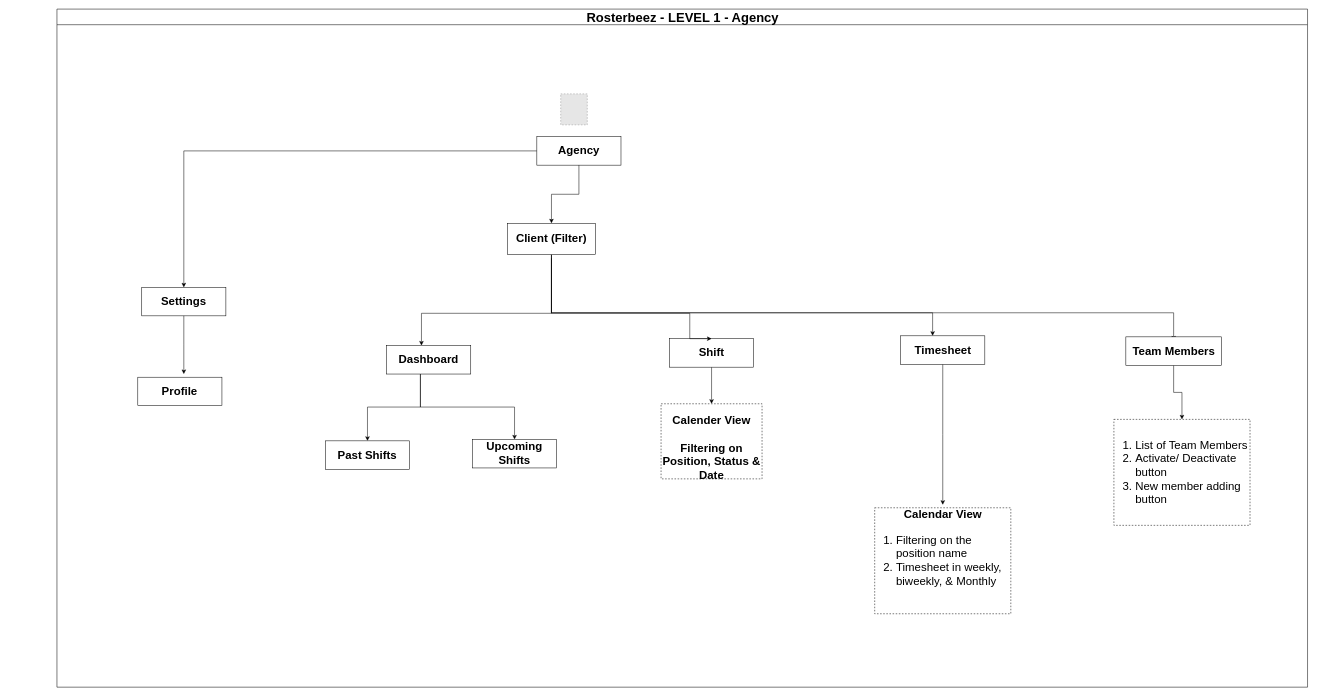
Earlier version of the draw.io diagram page "Agency" (3 of 3) of Rosterbeez.drawio (sachinjoseph26/diagrams). Source tidied: cells renumbered, new cells numbered last; positions are measured from the earlier drawing's top-left corner, leaving out a move shared by most shapes. Both pictures are drawn from the tidied source at 52%, with x=0, y=0 at pixel (9, 9). Pictures stored in the file or linked from it are replaced by grey dashed boxes.
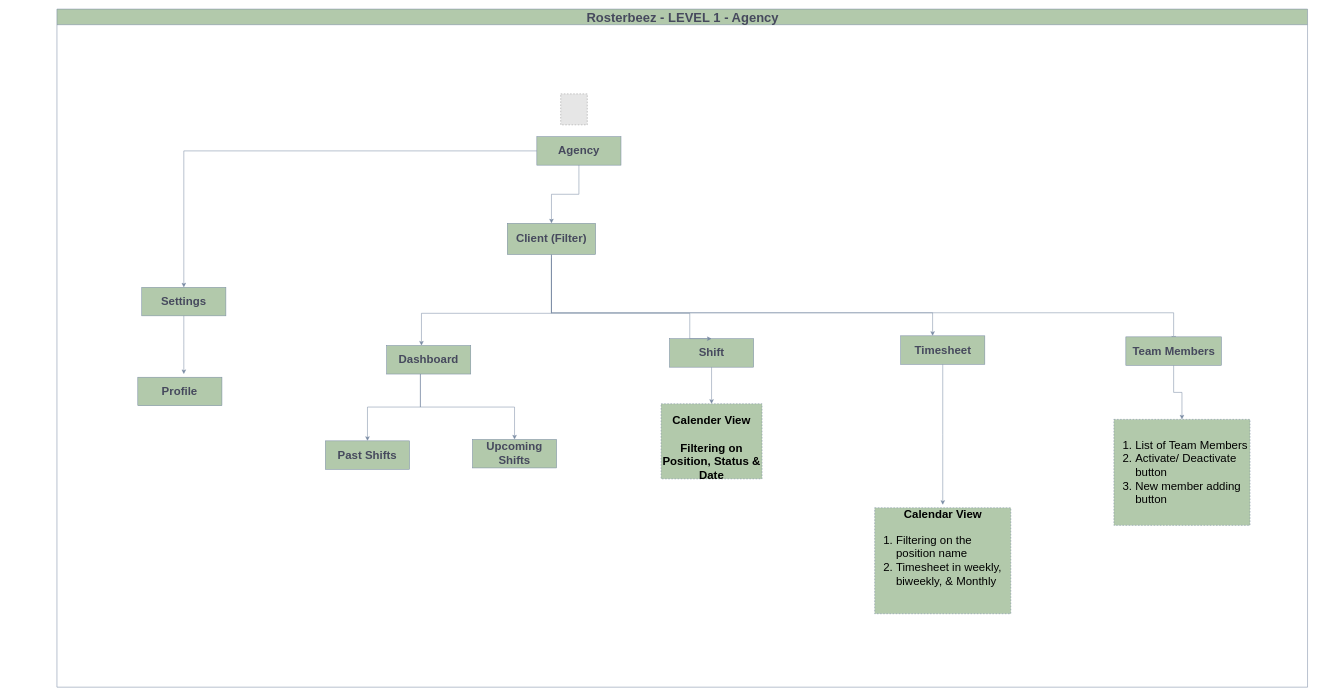
The same diagram, later.

Diff of the diagram source:
```diff
@@
-    <mxCell id="2" value="&lt;font style=&quot;font-size: 25px;&quot;&gt;Rosterbeez - LEVEL 1 - Agency&lt;/font&gt;" style="swimlane;html=1;startSize=30;horizontal=1;containerType=tree;glass=0;labelBackgroundColor=none;" parent="1" vertex="1">
+    <mxCell id="2" value="&lt;font style=&quot;font-size: 25px;&quot;&gt;Rosterbeez - LEVEL 1 - Agency&lt;/font&gt;" style="swimlane;html=1;startSize=30;horizontal=1;containerType=tree;glass=0;labelBackgroundColor=none;fillColor=#B2C9AB;strokeColor=#788AA3;fontColor=#46495D;rounded=0;" parent="1" vertex="1">
       <mxGeometry x="92" width="2405" height="1304" as="geometry" />
     </mxCell>
-    <mxCell id="3" style="group;" parent="2" vertex="1">
+    <mxCell id="3" style="group;labelBackgroundColor=none;fontColor=#46495D;rounded=0;" parent="2" vertex="1">
       <mxGeometry x="-92" y="163" width="2064" height="1117" as="geometry" />
     </mxCell>
-    <mxCell id="4" style="fillColor=#E6E6E6;strokeColor=#999999;dashed=1;verticalLabelPosition=bottom;labelBackgroundColor=none;verticalAlign=top;fontStyle=1;" parent="3" vertex="1">
+    <mxCell id="4" style="fillColor=#E6E6E6;strokeColor=#999999;dashed=1;verticalLabelPosition=bottom;labelBackgroundColor=none;verticalAlign=top;fontStyle=1;fontColor=#46495D;" parent="3" vertex="1">
       <mxGeometry x="1060.8" width="51.1" height="59.6" as="geometry" />
     </mxCell>
-    <mxCell id="5" style="group;" parent="3" vertex="1">
+    <mxCell id="5" style="group;labelBackgroundColor=none;fontColor=#46495D;rounded=0;" parent="3" vertex="1">
       <mxGeometry y="82.3" width="2064" height="1034.7" as="geometry" />
     </mxCell>
-    <mxCell id="6" style="edgeStyle=orthogonalEdgeStyle;rounded=0;jettySize=auto;html=1;entryX=0.5;entryY=0;entryDx=0;entryDy=0;" parent="5" edge="1" source="7" target="10">
+    <mxCell id="6" style="edgeStyle=orthogonalEdgeStyle;rounded=0;jettySize=auto;html=1;entryX=0.5;entryY=0;entryDx=0;entryDy=0;labelBackgroundColor=none;strokeColor=#788AA3;fontColor=default;" parent="5" edge="1" source="7" target="10">
       <mxGeometry relative="1" as="geometry" />
     </mxCell>
-    <mxCell id="7" value="&lt;span style=&quot;font-size: 22px;&quot;&gt;&lt;b&gt;Agency&lt;/b&gt;&lt;/span&gt;" style="rounded=0;whiteSpace=wrap;html=1;labelBackgroundColor=none;" parent="5" vertex="1">
+    <mxCell id="7" value="&lt;span style=&quot;font-size: 22px;&quot;&gt;&lt;b&gt;Agency&lt;/b&gt;&lt;/span&gt;" style="rounded=0;whiteSpace=wrap;html=1;labelBackgroundColor=none;fillColor=#B2C9AB;strokeColor=#788AA3;fontColor=#46495D;" parent="5" vertex="1">
       <mxGeometry x="1014.9" width="161.8" height="54.8" as="geometry" />
     </mxCell>
-    <mxCell id="8" style="group;" parent="5" vertex="1">
+    <mxCell id="8" style="group;labelBackgroundColor=none;fontColor=#46495D;rounded=0;" parent="5" vertex="1">
       <mxGeometry y="289.8" width="546.5" height="221.2" as="geometry" />
     </mxCell>
-    <mxCell id="9" value="&lt;span style=&quot;font-size: 22px;&quot;&gt;&lt;b&gt;Profile&lt;/b&gt;&lt;/span&gt;" style="rounded=0;whiteSpace=wrap;html=1;labelBackgroundColor=none;" parent="8" vertex="1">
+    <mxCell id="9" value="&lt;span style=&quot;font-size: 22px;&quot;&gt;&lt;b&gt;Profile&lt;/b&gt;&lt;/span&gt;" style="rounded=0;whiteSpace=wrap;html=1;labelBackgroundColor=none;fillColor=#B2C9AB;strokeColor=#788AA3;fontColor=#46495D;" parent="8" vertex="1">
       <mxGeometry x="247.5" y="172.8" width="161.8" height="54.8" as="geometry" />
     </mxCell>
-    <mxCell id="10" value="&lt;span style=&quot;font-size: 22px;&quot;&gt;&lt;b&gt;Settings&lt;/b&gt;&lt;/span&gt;" style="rounded=0;whiteSpace=wrap;html=1;labelBackgroundColor=none;" parent="8" vertex="1">
+    <mxCell id="10" value="&lt;span style=&quot;font-size: 22px;&quot;&gt;&lt;b&gt;Settings&lt;/b&gt;&lt;/span&gt;" style="rounded=0;whiteSpace=wrap;html=1;labelBackgroundColor=none;fillColor=#B2C9AB;strokeColor=#788AA3;fontColor=#46495D;" parent="8" vertex="1">
       <mxGeometry x="255.1" width="161.8" height="54.8" as="geometry" />
     </mxCell>
-    <mxCell id="11" style="edgeStyle=orthogonalEdgeStyle;rounded=0;jettySize=auto;html=1;entryX=0.388;entryY=0.007;entryDx=0;entryDy=0;entryPerimeter=0;" parent="8" edge="1" source="10">
+    <mxCell id="11" style="edgeStyle=orthogonalEdgeStyle;rounded=0;jettySize=auto;html=1;entryX=0.388;entryY=0.007;entryDx=0;entryDy=0;entryPerimeter=0;labelBackgroundColor=none;strokeColor=#788AA3;fontColor=default;" parent="8" edge="1" source="10">
       <mxGeometry relative="1" as="geometry">
         <mxPoint x="336" y="166.7" as="targetPoint" />
       </mxGeometry>
     </mxCell>
-    <mxCell id="12" style="edgeStyle=orthogonalEdgeStyle;rounded=0;jettySize=auto;html=1;entryX=0.5;entryY=0;entryDx=0;entryDy=0;" parent="5" edge="1" source="14" target="19">
+    <mxCell id="12" style="edgeStyle=orthogonalEdgeStyle;rounded=0;jettySize=auto;html=1;entryX=0.5;entryY=0;entryDx=0;entryDy=0;labelBackgroundColor=none;strokeColor=#788AA3;fontColor=default;" parent="5" edge="1" source="14" target="19">
       <mxGeometry relative="1" as="geometry">
         <Array as="points">
           <mxPoint x="791" y="520" />
           <mxPoint x="689" y="520" />
         </Array>
       </mxGeometry>
     </mxCell>
-    <mxCell id="13" style="edgeStyle=orthogonalEdgeStyle;rounded=0;jettySize=auto;html=1;" parent="5" edge="1" source="14" target="20">
+    <mxCell id="13" style="edgeStyle=orthogonalEdgeStyle;rounded=0;jettySize=auto;html=1;labelBackgroundColor=none;strokeColor=#788AA3;fontColor=default;" parent="5" edge="1" source="14" target="20">
       <mxGeometry relative="1" as="geometry">
         <Array as="points">
           <mxPoint x="791" y="520" />
           <mxPoint x="972" y="520" />
         </Array>
       </mxGeometry>
     </mxCell>
-    <mxCell id="14" value="&lt;span style=&quot;font-size: 22px;&quot;&gt;&lt;b&gt;Dashboard&lt;/b&gt;&lt;/span&gt;" style="rounded=0;whiteSpace=wrap;html=1;labelBackgroundColor=none;" parent="5" vertex="1">
+    <mxCell id="14" value="&lt;span style=&quot;font-size: 22px;&quot;&gt;&lt;b&gt;Dashboard&lt;/b&gt;&lt;/span&gt;" style="rounded=0;whiteSpace=wrap;html=1;labelBackgroundColor=none;fillColor=#B2C9AB;strokeColor=#788AA3;fontColor=#46495D;" parent="5" vertex="1">
       <mxGeometry x="726" y="401.7" width="161.8" height="54.8" as="geometry" />
     </mxCell>
-    <mxCell id="15" style="edgeStyle=orthogonalEdgeStyle;rounded=0;jettySize=auto;html=1;exitX=0.5;exitY=1;exitDx=0;exitDy=0;entryX=0.5;entryY=0;entryDx=0;entryDy=0;" parent="5" edge="1" source="16" target="21">
+    <mxCell id="15" style="edgeStyle=orthogonalEdgeStyle;rounded=0;jettySize=auto;html=1;exitX=0.5;exitY=1;exitDx=0;exitDy=0;entryX=0.5;entryY=0;entryDx=0;entryDy=0;labelBackgroundColor=none;strokeColor=#788AA3;fontColor=default;" parent="5" edge="1" source="16" target="21">
       <mxGeometry relative="1" as="geometry" />
     </mxCell>
-    <mxCell id="16" value="&lt;span style=&quot;font-size: 22px;&quot;&gt;&lt;b&gt;Shift&lt;/b&gt;&lt;/span&gt;" style="rounded=0;whiteSpace=wrap;html=1;labelBackgroundColor=none;" parent="5" vertex="1">
+    <mxCell id="16" value="&lt;span style=&quot;font-size: 22px;&quot;&gt;&lt;b&gt;Shift&lt;/b&gt;&lt;/span&gt;" style="rounded=0;whiteSpace=wrap;html=1;labelBackgroundColor=none;fillColor=#B2C9AB;strokeColor=#788AA3;fontColor=#46495D;" parent="5" vertex="1">
       <mxGeometry x="1270" y="388.5" width="161.8" height="54.8" as="geometry" />
     </mxCell>
-    <mxCell id="17" style="edgeStyle=orthogonalEdgeStyle;rounded=0;jettySize=auto;html=1;" parent="5" edge="1" source="18">
+    <mxCell id="17" style="edgeStyle=orthogonalEdgeStyle;rounded=0;jettySize=auto;html=1;labelBackgroundColor=none;strokeColor=#788AA3;fontColor=default;" parent="5" edge="1" source="18">
       <mxGeometry relative="1" as="geometry">
         <mxPoint x="1795.5" y="708" as="targetPoint" />
       </mxGeometry>
     </mxCell>
-    <mxCell id="18" value="&lt;span style=&quot;font-size: 22px;&quot;&gt;&lt;b&gt;Timesheet&lt;/b&gt;&lt;/span&gt;" style="rounded=0;whiteSpace=wrap;html=1;labelBackgroundColor=none;" parent="5" vertex="1">
+    <mxCell id="18" value="&lt;span style=&quot;font-size: 22px;&quot;&gt;&lt;b&gt;Timesheet&lt;/b&gt;&lt;/span&gt;" style="rounded=0;whiteSpace=wrap;html=1;labelBackgroundColor=none;fillColor=#B2C9AB;strokeColor=#788AA3;fontColor=#46495D;" parent="5" vertex="1">
       <mxGeometry x="1714.6" y="383" width="161.8" height="54.8" as="geometry" />
     </mxCell>
-    <mxCell id="19" value="&lt;span style=&quot;font-size: 22px;&quot;&gt;&lt;b&gt;Past Shifts&lt;/b&gt;&lt;/span&gt;" style="rounded=0;whiteSpace=wrap;html=1;labelBackgroundColor=none;" parent="5" vertex="1">
+    <mxCell id="19" value="&lt;span style=&quot;font-size: 22px;&quot;&gt;&lt;b&gt;Past Shifts&lt;/b&gt;&lt;/span&gt;" style="rounded=0;whiteSpace=wrap;html=1;labelBackgroundColor=none;fillColor=#B2C9AB;strokeColor=#788AA3;fontColor=#46495D;" parent="5" vertex="1">
       <mxGeometry x="608.3" y="585" width="161.8" height="54.8" as="geometry" />
     </mxCell>
-    <mxCell id="20" value="&lt;span style=&quot;font-size: 22px;&quot;&gt;&lt;b&gt;Upcoming&lt;/b&gt;&lt;/span&gt;&lt;div&gt;&lt;span style=&quot;font-size: 22px;&quot;&gt;&lt;b&gt;Shifts&lt;/b&gt;&lt;/span&gt;&lt;/div&gt;" style="rounded=0;whiteSpace=wrap;html=1;labelBackgroundColor=none;" parent="5" vertex="1">
+    <mxCell id="20" value="&lt;span style=&quot;font-size: 22px;&quot;&gt;&lt;b&gt;Upcoming&lt;/b&gt;&lt;/span&gt;&lt;div&gt;&lt;span style=&quot;font-size: 22px;&quot;&gt;&lt;b&gt;Shifts&lt;/b&gt;&lt;/span&gt;&lt;/div&gt;" style="rounded=0;whiteSpace=wrap;html=1;labelBackgroundColor=none;fillColor=#B2C9AB;strokeColor=#788AA3;fontColor=#46495D;" parent="5" vertex="1">
       <mxGeometry x="891.1" y="582.3" width="161.8" height="54.8" as="geometry" />
     </mxCell>
-    <mxCell id="21" value="&lt;div&gt;&lt;b style=&quot;font-size: 22px; background-color: transparent; color: light-dark(rgb(0, 0, 0), rgb(255, 255, 255));&quot;&gt;&lt;br&gt;&lt;/b&gt;&lt;/div&gt;&lt;b style=&quot;font-size: 22px; background-color: transparent; color: light-dark(rgb(0, 0, 0), rgb(255, 255, 255));&quot;&gt;&lt;div&gt;&lt;b style=&quot;font-size: 22px; background-color: transparent; color: light-dark(rgb(0, 0, 0), rgb(255, 255, 255));&quot;&gt;Calender View&lt;/b&gt;&lt;/div&gt;&lt;div&gt;&lt;b style=&quot;font-size: 22px; background-color: transparent; color: light-dark(rgb(0, 0, 0), rgb(255, 255, 255));&quot;&gt;&lt;br&gt;&lt;/b&gt;&lt;/div&gt;Filtering on Position, Status &amp;amp; Date&lt;/b&gt;" style="rounded=0;whiteSpace=wrap;html=1;align=center;dashed=1;" parent="5" vertex="1">
+    <mxCell id="21" value="&lt;div&gt;&lt;b style=&quot;font-size: 22px; background-color: transparent; color: light-dark(rgb(0, 0, 0), rgb(255, 255, 255));&quot;&gt;&lt;br&gt;&lt;/b&gt;&lt;/div&gt;&lt;b style=&quot;font-size: 22px; background-color: transparent; color: light-dark(rgb(0, 0, 0), rgb(255, 255, 255));&quot;&gt;&lt;div&gt;&lt;b style=&quot;font-size: 22px; background-color: transparent; color: light-dark(rgb(0, 0, 0), rgb(255, 255, 255));&quot;&gt;Calender View&lt;/b&gt;&lt;/div&gt;&lt;div&gt;&lt;b style=&quot;font-size: 22px; background-color: transparent; color: light-dark(rgb(0, 0, 0), rgb(255, 255, 255));&quot;&gt;&lt;br&gt;&lt;/b&gt;&lt;/div&gt;Filtering on Position, Status &amp;amp; Date&lt;/b&gt;" style="rounded=0;whiteSpace=wrap;html=1;align=center;dashed=1;labelBackgroundColor=none;fillColor=#B2C9AB;strokeColor=#788AA3;fontColor=#46495D;" parent="5" vertex="1">
       <mxGeometry x="1253.8" y="513.7" width="194.2" height="144.4" as="geometry" />
     </mxCell>
-    <mxCell id="22" value="&lt;div&gt;&lt;b style=&quot;font-size: 22px; background-color: transparent; color: light-dark(rgb(0, 0, 0), rgb(255, 255, 255));&quot;&gt;&lt;br&gt;&lt;/b&gt;&lt;/div&gt;&lt;span style=&quot;background-color: transparent;&quot;&gt;&lt;div style=&quot;color: light-dark(rgb(0, 0, 0), rgb(255, 255, 255)); font-size: 22px; font-weight: bold;&quot;&gt;&lt;b style=&quot;font-size: 22px; background-color: transparent; color: light-dark(rgb(0, 0, 0), rgb(255, 255, 255));&quot;&gt;Calendar View&lt;/b&gt;&lt;/div&gt;&lt;div style=&quot;color: light-dark(rgb(0, 0, 0), rgb(255, 255, 255)); font-size: 22px;&quot;&gt;&lt;ol style=&quot;&quot;&gt;&lt;li style=&quot;text-align: left;&quot;&gt;Filtering on the position name&lt;/li&gt;&lt;li style=&quot;text-align: left;&quot;&gt;Timesheet in weekly, biweekly, &amp;amp; Monthly&lt;/li&gt;&lt;/ol&gt;&lt;/div&gt;&lt;div style=&quot;text-align: left; color: light-dark(rgb(0, 0, 0), rgb(255, 255, 255)); font-size: 22px; font-weight: bold;&quot;&gt;&lt;b style=&quot;font-size: 22px; background-color: transparent; color: light-dark(rgb(0, 0, 0), rgb(255, 255, 255));&quot;&gt;&lt;br&gt;&lt;/b&gt;&lt;/div&gt;&lt;div style=&quot;text-align: left;&quot;&gt;&lt;span style=&quot;font-size: 22px;&quot;&gt;&lt;b&gt;&lt;br&gt;&lt;/b&gt;&lt;/span&gt;&lt;/div&gt;&lt;/span&gt;" style="rounded=0;whiteSpace=wrap;html=1;align=center;dashed=1;" parent="5" vertex="1">
+    <mxCell id="22" value="&lt;div&gt;&lt;b style=&quot;font-size: 22px; background-color: transparent; color: light-dark(rgb(0, 0, 0), rgb(255, 255, 255));&quot;&gt;&lt;br&gt;&lt;/b&gt;&lt;/div&gt;&lt;span style=&quot;background-color: transparent;&quot;&gt;&lt;div style=&quot;color: light-dark(rgb(0, 0, 0), rgb(255, 255, 255)); font-size: 22px; font-weight: bold;&quot;&gt;&lt;b style=&quot;font-size: 22px; background-color: transparent; color: light-dark(rgb(0, 0, 0), rgb(255, 255, 255));&quot;&gt;Calendar View&lt;/b&gt;&lt;/div&gt;&lt;div style=&quot;color: light-dark(rgb(0, 0, 0), rgb(255, 255, 255)); font-size: 22px;&quot;&gt;&lt;ol style=&quot;&quot;&gt;&lt;li style=&quot;text-align: left;&quot;&gt;Filtering on the position name&lt;/li&gt;&lt;li style=&quot;text-align: left;&quot;&gt;Timesheet in weekly, biweekly, &amp;amp; Monthly&lt;/li&gt;&lt;/ol&gt;&lt;/div&gt;&lt;div style=&quot;text-align: left; color: light-dark(rgb(0, 0, 0), rgb(255, 255, 255)); font-size: 22px; font-weight: bold;&quot;&gt;&lt;b style=&quot;font-size: 22px; background-color: transparent; color: light-dark(rgb(0, 0, 0), rgb(255, 255, 255));&quot;&gt;&lt;br&gt;&lt;/b&gt;&lt;/div&gt;&lt;div style=&quot;text-align: left;&quot;&gt;&lt;span style=&quot;font-size: 22px;&quot;&gt;&lt;b&gt;&lt;br&gt;&lt;/b&gt;&lt;/span&gt;&lt;/div&gt;&lt;/span&gt;" style="rounded=0;whiteSpace=wrap;html=1;align=center;dashed=1;labelBackgroundColor=none;fillColor=#B2C9AB;strokeColor=#788AA3;fontColor=#46495D;" parent="5" vertex="1">
       <mxGeometry x="1664.6" y="713.7" width="261.8" height="203.8" as="geometry" />
     </mxCell>
-    <mxCell id="23" style="edgeStyle=orthogonalEdgeStyle;rounded=0;jettySize=auto;html=1;" parent="1" edge="1" source="27" target="14">
+    <mxCell id="23" style="edgeStyle=orthogonalEdgeStyle;rounded=0;jettySize=auto;html=1;labelBackgroundColor=none;strokeColor=#788AA3;fontColor=default;" parent="1" edge="1" source="27" target="14">
       <mxGeometry relative="1" as="geometry">
         <Array as="points">
           <mxPoint x="1043" y="585" />
           <mxPoint x="793" y="585" />
         </Array>
       </mxGeometry>
     </mxCell>
-    <mxCell id="24" style="edgeStyle=orthogonalEdgeStyle;rounded=0;jettySize=auto;html=1;entryX=0.5;entryY=0;entryDx=0;entryDy=0;" parent="1" edge="1" source="27" target="16">
+    <mxCell id="24" style="edgeStyle=orthogonalEdgeStyle;rounded=0;jettySize=auto;html=1;entryX=0.5;entryY=0;entryDx=0;entryDy=0;labelBackgroundColor=none;strokeColor=#788AA3;fontColor=default;" parent="1" edge="1" source="27" target="16">
       <mxGeometry relative="1" as="geometry">
         <Array as="points">
           <mxPoint x="1043" y="585" />
           <mxPoint x="1309" y="585" />
         </Array>
       </mxGeometry>
     </mxCell>
-    <mxCell id="25" style="edgeStyle=orthogonalEdgeStyle;rounded=0;jettySize=auto;html=1;" parent="1" edge="1" source="27" target="18">
+    <mxCell id="25" style="edgeStyle=orthogonalEdgeStyle;rounded=0;jettySize=auto;html=1;labelBackgroundColor=none;strokeColor=#788AA3;fontColor=default;" parent="1" edge="1" source="27" target="18">
       <mxGeometry relative="1" as="geometry">
         <Array as="points">
           <mxPoint x="1043" y="584" />
           <mxPoint x="1776" y="584" />
         </Array>
       </mxGeometry>
     </mxCell>
-    <mxCell id="26" style="edgeStyle=orthogonalEdgeStyle;rounded=0;orthogonalLoop=1;jettySize=auto;html=1;entryX=0.5;entryY=0;entryDx=0;entryDy=0;" parent="1" edge="1">
+    <mxCell id="26" style="edgeStyle=orthogonalEdgeStyle;rounded=0;orthogonalLoop=1;jettySize=auto;html=1;entryX=0.5;entryY=0;entryDx=0;entryDy=0;labelBackgroundColor=none;strokeColor=#788AA3;fontColor=default;" parent="1" edge="1">
       <mxGeometry relative="1" as="geometry">
         <mxPoint x="1043" y="479" as="sourcePoint" />
         <mxPoint x="2239.5" y="637.3" as="targetPoint" />
         <Array as="points">
           <mxPoint x="1043" y="584" />
           <mxPoint x="2240" y="584" />
         </Array>
       </mxGeometry>
     </mxCell>
-    <mxCell id="27" value="&lt;span style=&quot;font-size: 22px;&quot;&gt;&lt;b&gt;Client (Filter)&lt;/b&gt;&lt;/span&gt;" style="rounded=0;whiteSpace=wrap;html=1;labelBackgroundColor=none;" parent="1" vertex="1">
+    <mxCell id="27" value="&lt;span style=&quot;font-size: 22px;&quot;&gt;&lt;b&gt;Client (Filter)&lt;/b&gt;&lt;/span&gt;" style="rounded=0;whiteSpace=wrap;html=1;labelBackgroundColor=none;fillColor=#B2C9AB;strokeColor=#788AA3;fontColor=#46495D;" parent="1" vertex="1">
       <mxGeometry x="958" y="412" width="170" height="60" as="geometry" />
     </mxCell>
-    <mxCell id="28" style="edgeStyle=orthogonalEdgeStyle;rounded=0;jettySize=auto;html=1;entryX=0.5;entryY=0;entryDx=0;entryDy=0;" parent="1" edge="1" source="7" target="27">
+    <mxCell id="28" style="edgeStyle=orthogonalEdgeStyle;rounded=0;jettySize=auto;html=1;entryX=0.5;entryY=0;entryDx=0;entryDy=0;labelBackgroundColor=none;strokeColor=#788AA3;fontColor=default;" parent="1" edge="1" source="7" target="27">
       <mxGeometry relative="1" as="geometry" />
     </mxCell>
-    <mxCell id="29" style="edgeStyle=orthogonalEdgeStyle;rounded=0;jettySize=auto;html=1;entryX=0.5;entryY=0;entryDx=0;entryDy=0;" parent="1" edge="1" source="30" target="31">
+    <mxCell id="29" style="edgeStyle=orthogonalEdgeStyle;rounded=0;jettySize=auto;html=1;entryX=0.5;entryY=0;entryDx=0;entryDy=0;labelBackgroundColor=none;strokeColor=#788AA3;fontColor=default;" parent="1" edge="1" source="30" target="31">
       <mxGeometry relative="1" as="geometry" />
     </mxCell>
-    <mxCell id="30" value="&lt;span style=&quot;font-size: 22px;&quot;&gt;&lt;b&gt;Team Members&lt;/b&gt;&lt;/span&gt;" style="rounded=0;whiteSpace=wrap;html=1;labelBackgroundColor=none;" parent="1" vertex="1">
+    <mxCell id="30" value="&lt;span style=&quot;font-size: 22px;&quot;&gt;&lt;b&gt;Team Members&lt;/b&gt;&lt;/span&gt;" style="rounded=0;whiteSpace=wrap;html=1;labelBackgroundColor=none;fillColor=#B2C9AB;strokeColor=#788AA3;fontColor=#46495D;" parent="1" vertex="1">
       <mxGeometry x="2147.6" y="630.3" width="183.8" height="54.8" as="geometry" />
     </mxCell>
-    <mxCell id="31" value="&lt;div&gt;&lt;b style=&quot;font-size: 22px; background-color: transparent; color: light-dark(rgb(0, 0, 0), rgb(255, 255, 255));&quot;&gt;&lt;br&gt;&lt;/b&gt;&lt;/div&gt;&lt;span style=&quot;background-color: transparent;&quot;&gt;&lt;div style=&quot;color: light-dark(rgb(0, 0, 0), rgb(255, 255, 255)); font-size: 22px; font-weight: bold;&quot;&gt;&lt;br&gt;&lt;/div&gt;&lt;div style=&quot;color: light-dark(rgb(0, 0, 0), rgb(255, 255, 255)); font-size: 22px;&quot;&gt;&lt;ol style=&quot;&quot;&gt;&lt;li style=&quot;text-align: left;&quot;&gt;List of Team Members&lt;/li&gt;&lt;li style=&quot;text-align: left;&quot;&gt;Activate/ Deactivate button&lt;/li&gt;&lt;li style=&quot;text-align: left;&quot;&gt;New member adding button&lt;/li&gt;&lt;/ol&gt;&lt;/div&gt;&lt;div style=&quot;text-align: left; color: light-dark(rgb(0, 0, 0), rgb(255, 255, 255)); font-size: 22px; font-weight: bold;&quot;&gt;&lt;b style=&quot;font-size: 22px; background-color: transparent; color: light-dark(rgb(0, 0, 0), rgb(255, 255, 255));&quot;&gt;&lt;br&gt;&lt;/b&gt;&lt;/div&gt;&lt;div style=&quot;text-align: left;&quot;&gt;&lt;span style=&quot;font-size: 22px;&quot;&gt;&lt;b&gt;&lt;br&gt;&lt;/b&gt;&lt;/span&gt;&lt;/div&gt;&lt;/span&gt;" style="rounded=0;whiteSpace=wrap;html=1;align=center;dashed=1;" parent="1" vertex="1">
+    <mxCell id="31" value="&lt;div&gt;&lt;b style=&quot;font-size: 22px; background-color: transparent; color: light-dark(rgb(0, 0, 0), rgb(255, 255, 255));&quot;&gt;&lt;br&gt;&lt;/b&gt;&lt;/div&gt;&lt;span style=&quot;background-color: transparent;&quot;&gt;&lt;div style=&quot;color: light-dark(rgb(0, 0, 0), rgb(255, 255, 255)); font-size: 22px; font-weight: bold;&quot;&gt;&lt;br&gt;&lt;/div&gt;&lt;div style=&quot;color: light-dark(rgb(0, 0, 0), rgb(255, 255, 255)); font-size: 22px;&quot;&gt;&lt;ol style=&quot;&quot;&gt;&lt;li style=&quot;text-align: left;&quot;&gt;List of Team Members&lt;/li&gt;&lt;li style=&quot;text-align: left;&quot;&gt;Activate/ Deactivate button&lt;/li&gt;&lt;li style=&quot;text-align: left;&quot;&gt;New member adding button&lt;/li&gt;&lt;/ol&gt;&lt;/div&gt;&lt;div style=&quot;text-align: left; color: light-dark(rgb(0, 0, 0), rgb(255, 255, 255)); font-size: 22px; font-weight: bold;&quot;&gt;&lt;b style=&quot;font-size: 22px; background-color: transparent; color: light-dark(rgb(0, 0, 0), rgb(255, 255, 255));&quot;&gt;&lt;br&gt;&lt;/b&gt;&lt;/div&gt;&lt;div style=&quot;text-align: left;&quot;&gt;&lt;span style=&quot;font-size: 22px;&quot;&gt;&lt;b&gt;&lt;br&gt;&lt;/b&gt;&lt;/span&gt;&lt;/div&gt;&lt;/span&gt;" style="rounded=0;whiteSpace=wrap;html=1;align=center;dashed=1;labelBackgroundColor=none;fillColor=#B2C9AB;strokeColor=#788AA3;fontColor=#46495D;" parent="1" vertex="1">
       <mxGeometry x="2124.6" y="789" width="261.8" height="203.8" as="geometry" />
     </mxCell>
```
